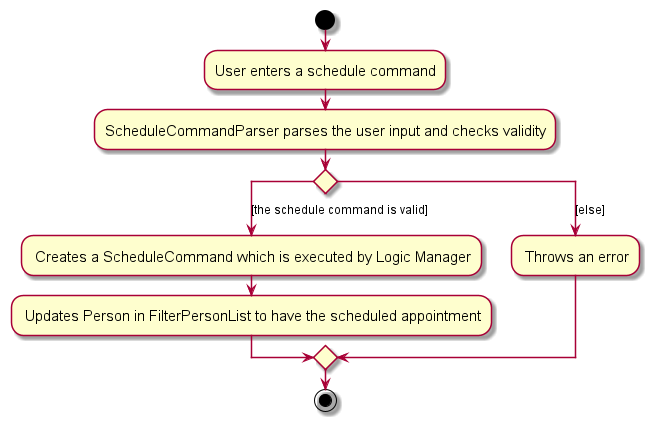
Before: docs/images/ScheduleActivityDiagram.png, a diagram exported from PlantUML (nus-cs2103-AY2324S1/tp).
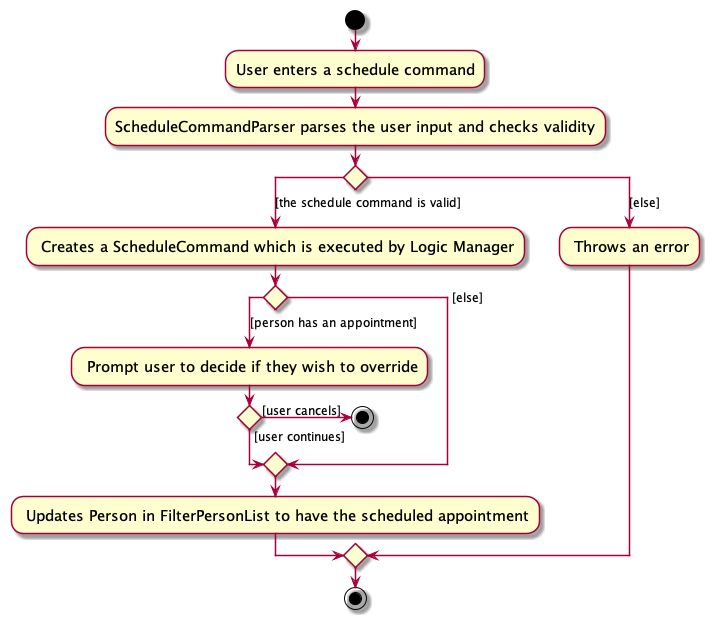
The same diagram one commit later.

Commit message:
Add DG documentation for override schedule command

Diff of the diagram source:
```diff
@@ -12,6 +12,15 @@
 switch ()
 case([the schedule command is valid])
     : Creates a ScheduleCommand which is executed by Logic Manager;
+      switch()
+      case([person has an appointment])
+      : Prompt user to decide if they wish to override;
+       if () then ([user continues])
+       else ([user cancels])
+       stop;
+       endif;
+      case([else])
+      endswitch
     : Updates Person in FilterPersonList to have the scheduled appointment;
 case([else])
     : Throws an error;
```
